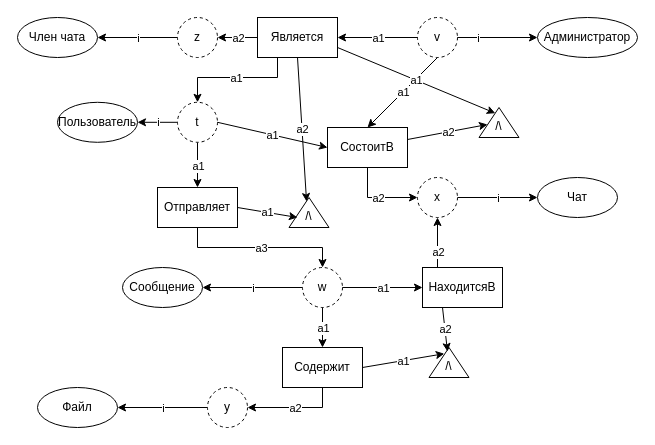
This is Полная семантическая сеть.drawio from marsek4/database, a draw.io file, before an edit. Source tidied: cells renumbered, new cells numbered last; positions are measured from the earlier drawing's top-left corner, leaving out a move shared by most shapes. Both pictures are drawn from the tidied source at 100%, with x=0, y=0 at pixel (17, 17).
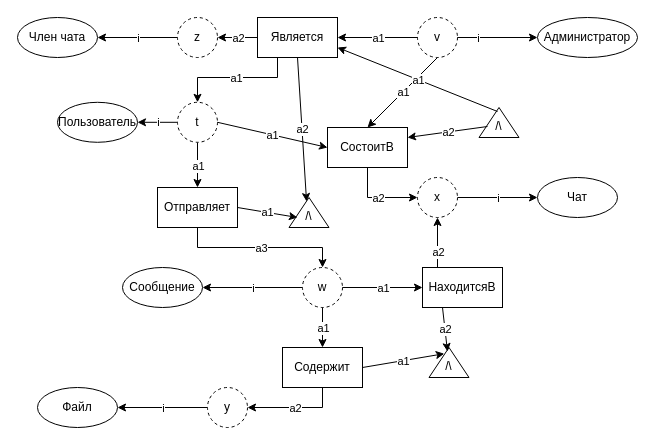
Above is the later version.

The change refers to these unchanged cells:
```xml
<mxCell id="26" value="СостоитВ" style="rounded=0;whiteSpace=wrap;html=1;" parent="1" vertex="1">
  <mxGeometry x="310" y="110" width="80" height="40" as="geometry" />
</mxCell>
<mxCell id="55" value="Является" style="rounded=0;whiteSpace=wrap;html=1;" parent="1" vertex="1">
  <mxGeometry x="240" width="80" height="40" as="geometry" />
</mxCell>
<mxCell id="68" value="/" style="text;html=1;align=center;verticalAlign=middle;whiteSpace=wrap;rounded=0;" parent="66" vertex="1">
  <mxGeometry width="60" height="30" as="geometry" />
</mxCell>
```

What changed in the source:
```diff
@@
-    <mxCell id="69" style="endArrow=classic;html=1;rounded=0;exitX=1;exitY=0.5;exitDx=0;exitDy=0;entryX=0.333;entryY=0.533;entryDx=0;entryDy=0;entryPerimeter=0;" parent="1" edge="1">
-      <mxGeometry relative="1" as="geometry">
-        <mxPoint x="390" y="122" as="sourcePoint" />
-        <mxPoint x="470" y="107" as="targetPoint" />
-      </mxGeometry>
+    <mxCell id="69" style="endArrow=classic;html=1;rounded=0;entryX=1;entryY=0.25;entryDx=0;entryDy=0;exitX=0.333;exitY=0.5;exitDx=0;exitDy=0;exitPerimeter=0;" parent="1" edge="1" source="68" target="26">
+      <mxGeometry relative="1" as="geometry" />
     </mxCell>
@@
-    <mxCell id="71" style="endArrow=classic;html=1;rounded=0;exitX=1;exitY=0.75;exitDx=0;exitDy=0;entryX=0.463;entryY=0.057;entryDx=0;entryDy=0;entryPerimeter=0;" parent="1" edge="1" source="55" target="68">
+    <mxCell id="71" style="endArrow=classic;html=1;rounded=0;exitX=0.5;exitY=0;exitDx=0;exitDy=0;entryX=1;entryY=0.75;entryDx=0;entryDy=0;" parent="1" edge="1" source="68" target="55">
       <mxGeometry relative="1" as="geometry" />
     </mxCell>
```
